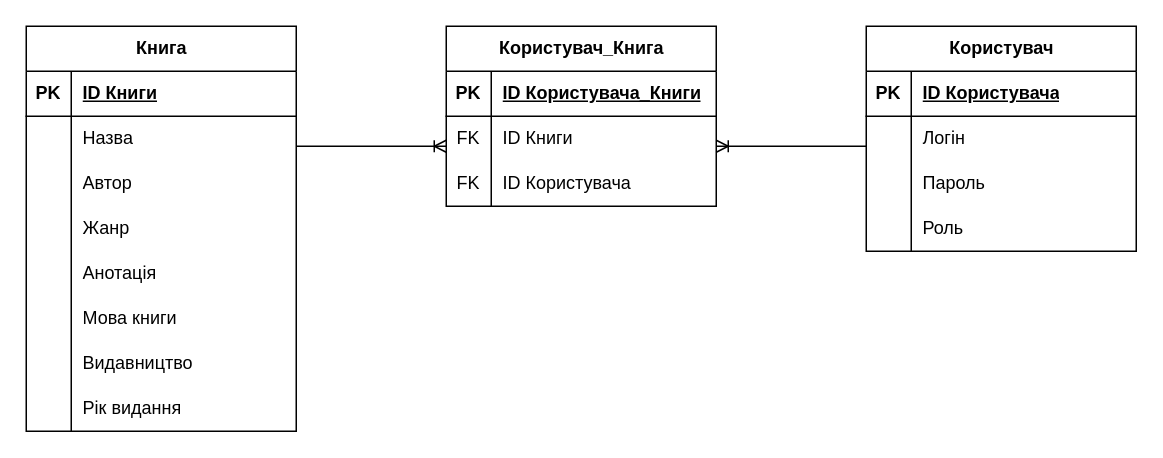
Before: Test task 1.drawio in ansokols/Test-task-1, a draw.io diagram. Source tidied: cells renumbered, new cells numbered last; positions are measured from the earlier drawing's top-left corner, leaving out a move shared by most shapes. Both pictures are drawn from the tidied source at 150%, with x=0, y=0 at pixel (26, 26).
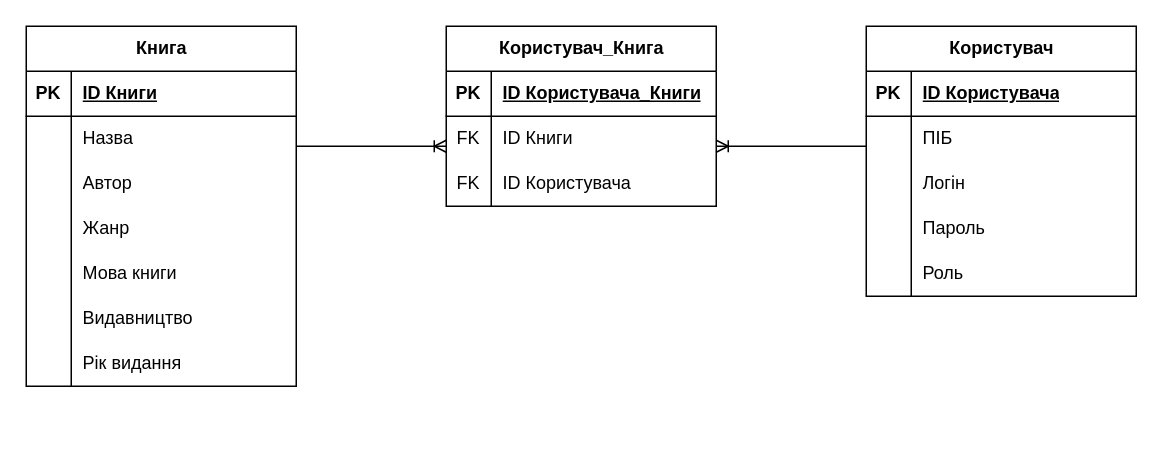
The same diagram, later.

Diff of the diagram source:
```diff
@@
     <mxCell id="2" value="Книга" style="shape=table;startSize=30;childLayout=tableLayout;rowLines=0;fontStyle=1;align=center;html=1;" parent="1" vertex="1">
-      <mxGeometry width="180" height="270" as="geometry" />
+      <mxGeometry width="180" height="240" as="geometry" />
     </mxCell>
@@
-    <mxCell id="15" style="shape=tableRow;horizontal=0;startSize=0;swimlaneHead=0;swimlaneBody=0;fillColor=none;top=0;left=0;right=0;bottom=0;" parent="2" vertex="1">
-      <mxGeometry y="150" width="180" height="30" as="geometry" />
-    </mxCell>
-    <mxCell id="16" style="shape=partialRectangle;fillColor=none;top=0;left=0;bottom=0;right=0;overflow=hidden;whiteSpace=wrap;html=1;" parent="15" vertex="1">
-      <mxGeometry width="30" height="30" as="geometry" />
-    </mxCell>
-    <mxCell id="17" value="Анотація" style="shape=partialRectangle;fillColor=none;top=0;left=0;bottom=0;right=0;align=left;spacingLeft=6;overflow=hidden;whiteSpace=wrap;html=1;" parent="15" vertex="1">
-      <mxGeometry x="30" width="150" height="30" as="geometry" />
-    </mxCell>
     <mxCell id="18" style="shape=tableRow;horizontal=0;startSize=0;swimlaneHead=0;swimlaneBody=0;fillColor=none;top=0;left=0;right=0;bottom=0;" parent="2" vertex="1">
-      <mxGeometry y="180" width="180" height="30" as="geometry" />
+      <mxGeometry y="150" width="180" height="30" as="geometry" />
     </mxCell>
@@
     <mxCell id="21" style="shape=tableRow;horizontal=0;startSize=0;swimlaneHead=0;swimlaneBody=0;fillColor=none;top=0;left=0;right=0;bottom=0;" parent="2" vertex="1">
-      <mxGeometry y="210" width="180" height="30" as="geometry" />
+      <mxGeometry y="180" width="180" height="30" as="geometry" />
     </mxCell>
@@
     <mxCell id="24" style="shape=tableRow;horizontal=0;startSize=0;swimlaneHead=0;swimlaneBody=0;fillColor=none;top=0;left=0;right=0;bottom=0;" parent="2" vertex="1">
-      <mxGeometry y="240" width="180" height="30" as="geometry" />
+      <mxGeometry y="210" width="180" height="30" as="geometry" />
     </mxCell>
@@
     <mxCell id="27" value="Користувач" style="shape=table;startSize=30;childLayout=tableLayout;rowLines=0;fontStyle=1;align=center;html=1;" parent="1" vertex="1">
-      <mxGeometry x="560" width="180" height="150" as="geometry" />
+      <mxGeometry x="560" width="180" height="180" as="geometry" />
     </mxCell>
@@
+    <mxCell id="52" style="shape=tableRow;horizontal=0;startSize=0;swimlaneHead=0;swimlaneBody=0;fillColor=none;top=0;left=0;right=0;bottom=0;" parent="27" vertex="1">
+      <mxGeometry y="60" width="180" height="30" as="geometry" />
+    </mxCell>
+    <mxCell id="16" style="shape=partialRectangle;fillColor=none;top=0;left=0;bottom=0;right=0;overflow=hidden;whiteSpace=wrap;html=1;" parent="52" vertex="1">
+      <mxGeometry width="30" height="30" as="geometry" />
+    </mxCell>
+    <mxCell id="53" value="ПІБ" style="shape=partialRectangle;fillColor=none;top=0;left=0;bottom=0;right=0;align=left;spacingLeft=6;overflow=hidden;whiteSpace=wrap;html=1;" parent="52" vertex="1">
+      <mxGeometry x="30" width="150" height="30" as="geometry" />
+    </mxCell>
     <mxCell id="31" style="shape=tableRow;horizontal=0;startSize=0;swimlaneHead=0;swimlaneBody=0;fillColor=none;top=0;left=0;right=0;bottom=0;" parent="27" vertex="1">
-      <mxGeometry y="60" width="180" height="30" as="geometry" />
+      <mxGeometry y="90" width="180" height="30" as="geometry" />
     </mxCell>
@@
     <mxCell id="34" style="shape=tableRow;horizontal=0;startSize=0;swimlaneHead=0;swimlaneBody=0;fillColor=none;top=0;left=0;right=0;bottom=0;" parent="27" vertex="1">
-      <mxGeometry y="90" width="180" height="30" as="geometry" />
+      <mxGeometry y="120" width="180" height="30" as="geometry" />
     </mxCell>
@@
     <mxCell id="37" style="shape=tableRow;horizontal=0;startSize=0;swimlaneHead=0;swimlaneBody=0;fillColor=none;top=0;left=0;right=0;bottom=0;" parent="27" vertex="1">
-      <mxGeometry y="120" width="180" height="30" as="geometry" />
+      <mxGeometry y="150" width="180" height="30" as="geometry" />
     </mxCell>
```
